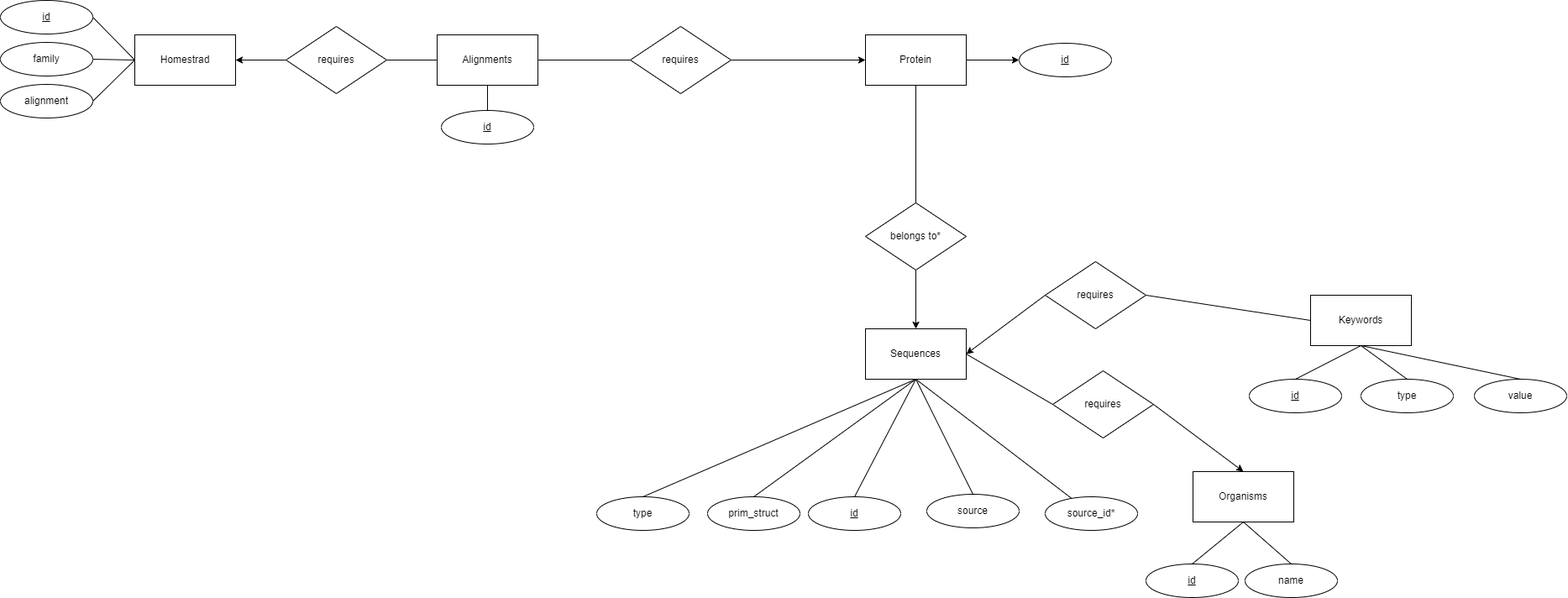
juliusstein77/propra_blockteil keeps this draw.io diagram as schema.png. Above is the earlier version. Source tidied: cells renumbered, new cells last; positions are measured from the earlier drawing's top-left corner, leaving out a move shared by most shapes.
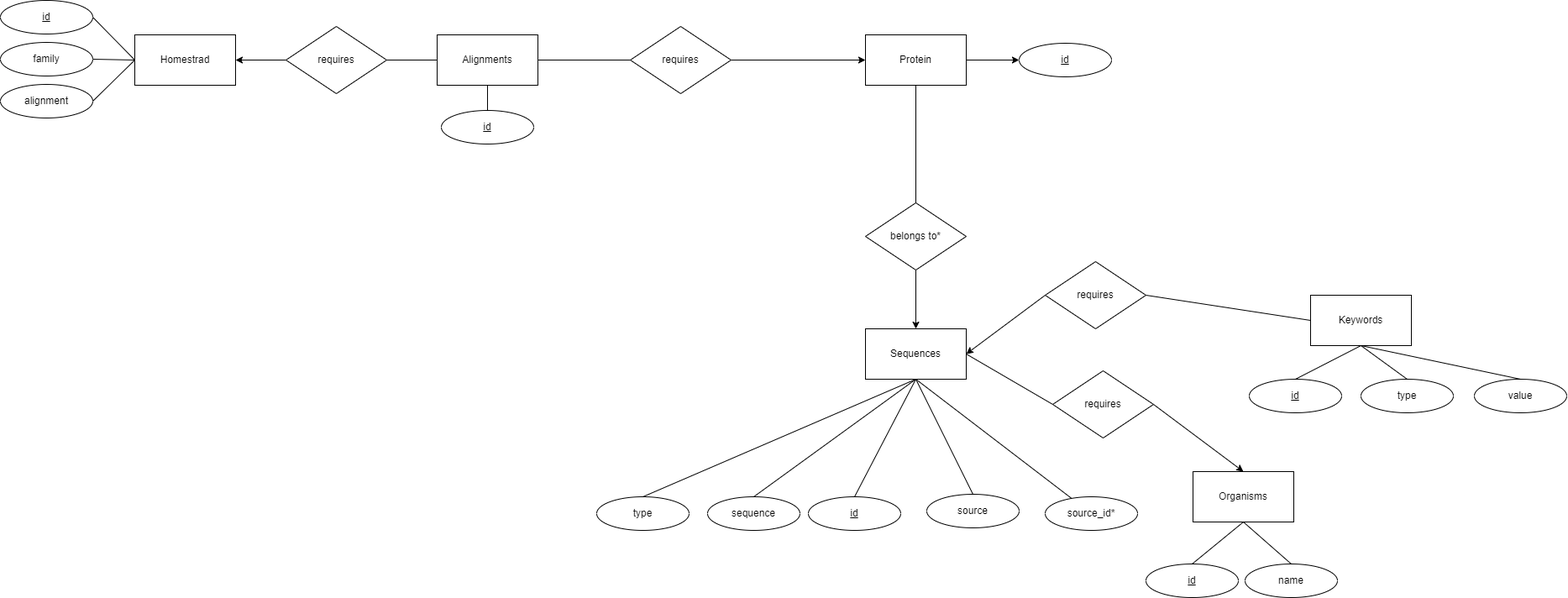
The same diagram one commit later.

The edit, as a diff of the source:
```diff
@@ -101,7 +101,7 @@
     <mxCell id="34" style="rounded=0;jettySize=auto;html=1;exitX=0.5;exitY=1;exitDx=0;exitDy=0;entryX=0.5;entryY=0;entryDx=0;entryDy=0;endArrow=none;endFill=0;" parent="1" edge="1" source="33" target="35">
       <mxGeometry relative="1" as="geometry" />
     </mxCell>
-    <mxCell id="35" value="prim_struct" style="ellipse;whiteSpace=wrap;html=1;" parent="1" vertex="1">
+    <mxCell id="35" value="sequence" style="ellipse;whiteSpace=wrap;html=1;" parent="1" vertex="1">
       <mxGeometry x="842" y="591" width="110" height="40" as="geometry" />
     </mxCell>
     <mxCell id="36" style="rounded=0;jettySize=auto;html=1;exitX=0.5;exitY=1;exitDx=0;exitDy=0;endArrow=none;endFill=0;entryX=0.5;entryY=0;entryDx=0;entryDy=0;" parent="1" edge="1" source="33" target="37">
```
